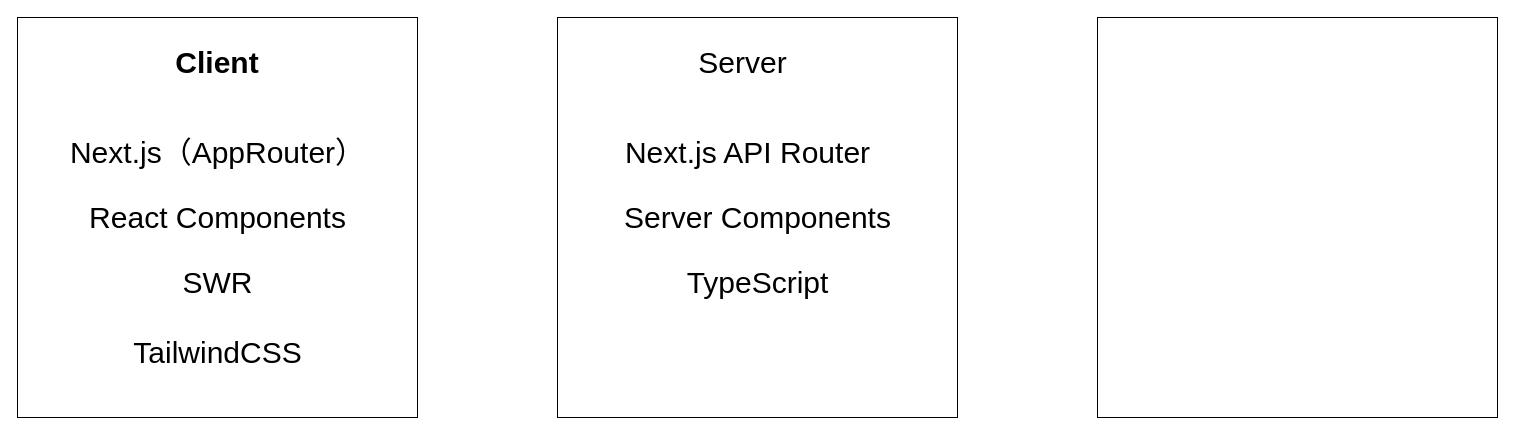
Before: architecture.drawio in kei615ykhm/logic-loom-memo, a draw.io diagram. Source tidied: cells renumbered, new cells numbered last; positions are measured from the earlier drawing's top-left corner, leaving out a move shared by most shapes. Both pictures are drawn from the tidied source at 100%, with x=0, y=0 at pixel (17, 17).
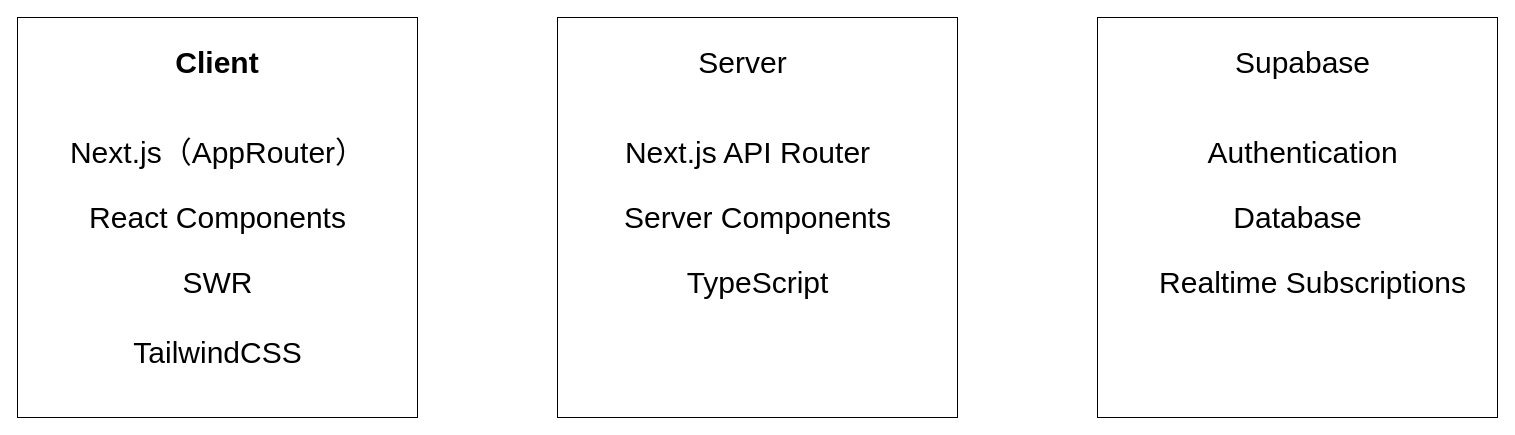
After the change.

Commit message:
add: Supabaseのアーキテクチャを作成

The edit, as a diff of the source:
```diff
@@
 <mxGraphModel>
   <root>
     <mxCell id="0" />
     <mxCell id="1" parent="0" />
     <mxCell id="2" style="whiteSpace=wrap;html=1;" parent="1" vertex="1">
       <mxGeometry width="400" height="400" as="geometry" />
     </mxCell>
     <mxCell id="3" value="Client" style="text;strokeColor=none;align=center;fillColor=none;html=1;verticalAlign=middle;whiteSpace=wrap;rounded=0;fontSize=30;fontStyle=1;" parent="1" vertex="1">
       <mxGeometry x="170" y="30" width="60" height="30" as="geometry" />
     </mxCell>
     <mxCell id="4" value="Next.js（AppRouter）" style="text;html=1;align=center;verticalAlign=middle;strokeColor=none;fillColor=none;fontSize=30;" parent="1" vertex="1">
       <mxGeometry x="40" y="110" width="320" height="50" as="geometry" />
     </mxCell>
     <mxCell id="5" value="React Components" style="text;html=1;align=center;verticalAlign=middle;strokeColor=none;fillColor=none;fontSize=30;" parent="1" vertex="1">
       <mxGeometry x="60" y="175" width="280" height="50" as="geometry" />
     </mxCell>
     <mxCell id="6" value="SWR" style="text;html=1;align=center;verticalAlign=middle;strokeColor=none;fillColor=none;fontSize=30;" parent="1" vertex="1">
       <mxGeometry x="155" y="240" width="90" height="50" as="geometry" />
     </mxCell>
     <mxCell id="7" value="TailwindCSS" style="text;html=1;align=center;verticalAlign=middle;strokeColor=none;fillColor=none;fontSize=30;" parent="1" vertex="1">
       <mxGeometry x="105" y="310" width="190" height="50" as="geometry" />
     </mxCell>
     <mxCell id="8" style="whiteSpace=wrap;html=1;fontSize=30;" parent="1" vertex="1">
       <mxGeometry x="540" width="400" height="400" as="geometry" />
     </mxCell>
     <mxCell id="9" style="whiteSpace=wrap;html=1;fontSize=30;" parent="1" vertex="1">
       <mxGeometry x="1080" width="400" height="400" as="geometry" />
     </mxCell>
     <mxCell id="10" value="Server" style="text;html=1;align=center;verticalAlign=middle;strokeColor=none;fillColor=none;fontSize=30;" parent="1" vertex="1">
       <mxGeometry x="670" y="20" width="110" height="50" as="geometry" />
     </mxCell>
     <mxCell id="11" value="&lt;span style=&quot;&quot;&gt;Next.js API Router&lt;/span&gt;" style="text;html=1;align=center;verticalAlign=middle;strokeColor=none;fillColor=none;fontSize=30;" parent="1" vertex="1">
       <mxGeometry x="595" y="110" width="270" height="50" as="geometry" />
     </mxCell>
     <mxCell id="12" value="Server Components" style="text;html=1;align=center;verticalAlign=middle;strokeColor=none;fillColor=none;fontSize=30;" parent="1" vertex="1">
       <mxGeometry x="595" y="175" width="290" height="50" as="geometry" />
     </mxCell>
     <mxCell id="13" value="TypeScript" style="text;html=1;align=center;verticalAlign=middle;strokeColor=none;fillColor=none;fontSize=30;" parent="1" vertex="1">
       <mxGeometry x="655" y="240" width="170" height="50" as="geometry" />
     </mxCell>
+    <mxCell id="14" value="Supabase" style="text;html=1;align=center;verticalAlign=middle;strokeColor=none;fillColor=none;fontSize=30;" parent="1" vertex="1">
+      <mxGeometry x="1205" y="20" width="160" height="50" as="geometry" />
+    </mxCell>
+    <mxCell id="15" value="Authentication" style="text;html=1;align=center;verticalAlign=middle;strokeColor=none;fillColor=none;fontSize=30;" parent="1" vertex="1">
+      <mxGeometry x="1180" y="110" width="210" height="50" as="geometry" />
+    </mxCell>
+    <mxCell id="16" value="Database" style="text;html=1;align=center;verticalAlign=middle;strokeColor=none;fillColor=none;fontSize=30;" parent="1" vertex="1">
+      <mxGeometry x="1205" y="175" width="150" height="50" as="geometry" />
+    </mxCell>
+    <mxCell id="17" value="Realtime Subscriptions" style="text;html=1;align=center;verticalAlign=middle;strokeColor=none;fillColor=none;fontSize=30;" parent="1" vertex="1">
+      <mxGeometry x="1130" y="240" width="330" height="50" as="geometry" />
+    </mxCell>
   </root>
 </mxGraphModel>
```
